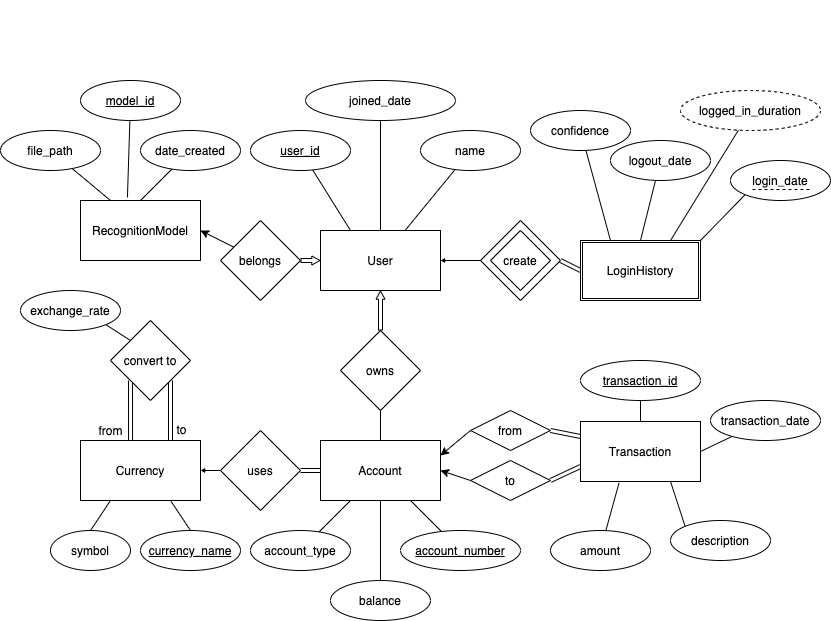
Before: designs/er_diagram.png, a diagram exported from draw.io (ivan-ngchakming/Intelligent-Know-Your-Customer). Source tidied: cells renumbered, new cells last; positions are measured from the earlier drawing's top-left corner, leaving out a move shared by most shapes.
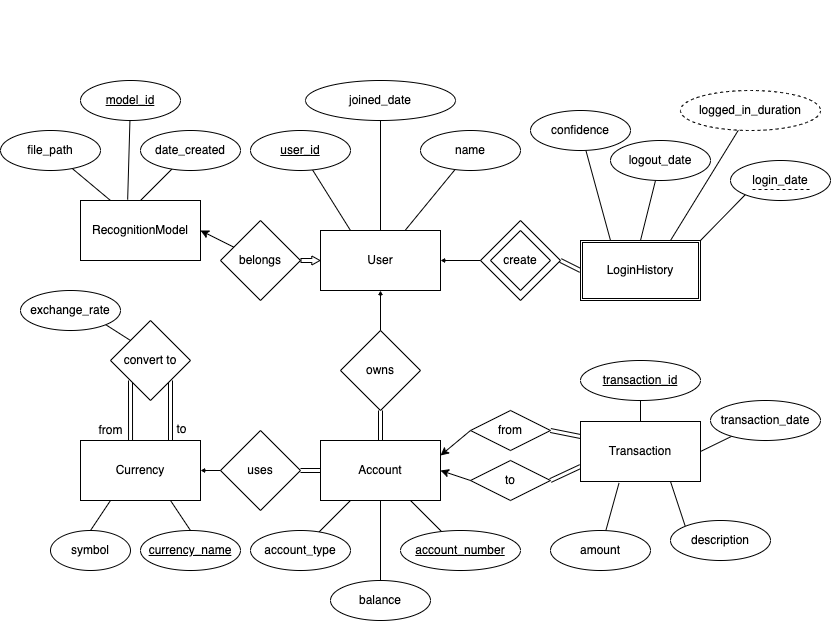
Above is the later version.

The edit, as a diff of the source:
```diff
@@ -17,7 +17,7 @@
     <mxCell id="6" style="edgeStyle=none;rounded=0;jettySize=auto;html=1;startArrow=classic;startFill=1;endArrow=none;endFill=0;strokeWidth=1;exitX=1;exitY=0.25;exitDx=0;exitDy=0;entryX=0;entryY=0.5;entryDx=0;entryDy=0;" parent="1" edge="1" source="8" target="18">
       <mxGeometry relative="1" as="geometry" />
     </mxCell>
-    <mxCell id="7" style="edgeStyle=none;rounded=0;jettySize=auto;html=1;endArrow=none;endFill=0;" parent="1" edge="1" source="8" target="9">
+    <mxCell id="7" style="edgeStyle=none;rounded=0;jettySize=auto;html=1;endArrow=none;endFill=0;shape=link;" parent="1" edge="1" source="8" target="9">
       <mxGeometry relative="1" as="geometry" />
     </mxCell>
     <mxCell id="8" value="Account" style="rounded=0;whiteSpace=wrap;html=1;" parent="1" vertex="1">
@@ -110,7 +110,7 @@
     <mxCell id="37" value="&lt;u&gt;transaction_id&lt;/u&gt;" style="ellipse;whiteSpace=wrap;html=1;" parent="1" vertex="1">
       <mxGeometry x="580" y="360" width="120" height="40" as="geometry" />
     </mxCell>
-    <mxCell id="38" style="edgeStyle=none;rounded=0;jettySize=auto;html=1;entryX=0.391;entryY=-0.051;entryDx=0;entryDy=0;endArrow=none;endFill=0;entryPerimeter=0;" parent="1" edge="1" source="39" target="23">
+    <mxCell id="38" style="edgeStyle=none;rounded=0;jettySize=auto;html=1;entryX=0.393;entryY=-0.014;entryDx=0;entryDy=0;endArrow=none;endFill=0;entryPerimeter=0;" parent="1" edge="1" source="39" target="23">
       <mxGeometry relative="1" as="geometry" />
     </mxCell>
     <mxCell id="39" value="model_id" style="ellipse;whiteSpace=wrap;html=1;fontStyle=4;" parent="1" vertex="1">
@@ -185,7 +185,7 @@
         <mxPoint x="82" y="29" as="targetPoint" />
       </mxGeometry>
     </mxCell>
-    <mxCell id="62" style="shape=flexArrow;endArrow=classic;html=1;rounded=0;startSize=0;endSize=2.4016129032258067;strokeWidth=1;width=4;endWidth=4.032258064516129;startFill=1;exitX=0.5;exitY=0;exitDx=0;exitDy=0;entryX=0.5;entryY=1;entryDx=0;entryDy=0;" parent="1" edge="1" source="9" target="5">
+    <mxCell id="62" style="endArrow=classic;html=1;rounded=0;startSize=0;endSize=2.4016129032258067;strokeWidth=1;endWidth=4.032258064516129;startFill=1;exitX=0.5;exitY=0;exitDx=0;exitDy=0;entryX=0.5;entryY=1;entryDx=0;entryDy=0;" parent="1" edge="1" source="9" target="5">
       <mxGeometry relative="1" as="geometry" />
     </mxCell>
     <mxCell id="63" style="shape=flexArrow;endArrow=classic;html=1;rounded=0;startSize=0;endSize=2.4016129032258067;strokeWidth=1;width=4;endWidth=4.032258064516129;startFill=1;entryX=0;entryY=0.5;entryDx=0;entryDy=0;exitX=1;exitY=0.5;exitDx=0;exitDy=0;" parent="1" edge="1" source="25" target="5">
```
